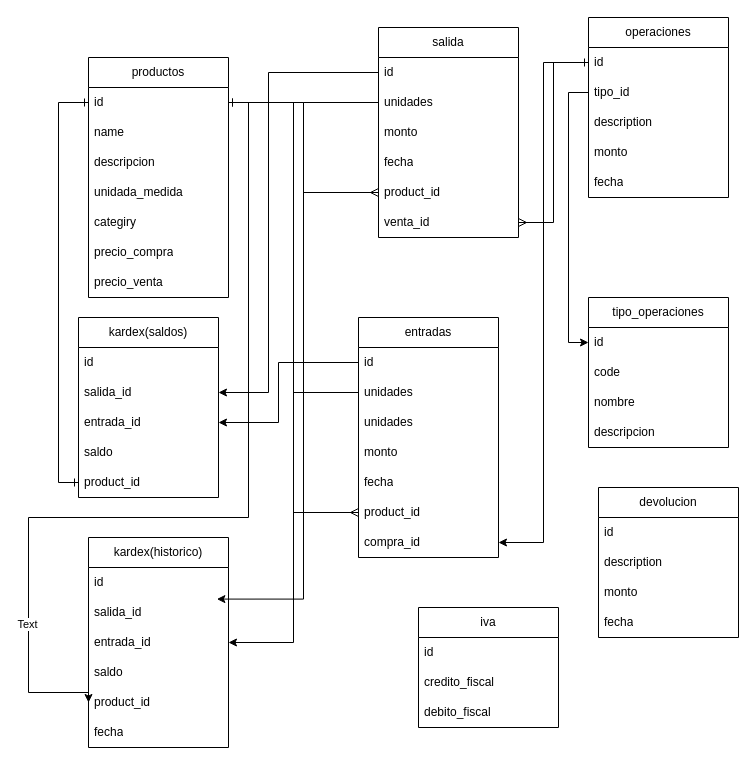
This is sistema_inventarios.drawio from MasterJhonny/diagramas, a draw.io file, before an edit. Source tidied: cells renumbered, new cells numbered last; positions are measured from the earlier drawing's top-left corner, leaving out a move shared by most shapes. Both pictures are drawn from the tidied source at 100%, with x=0, y=0 at pixel (28, 17).
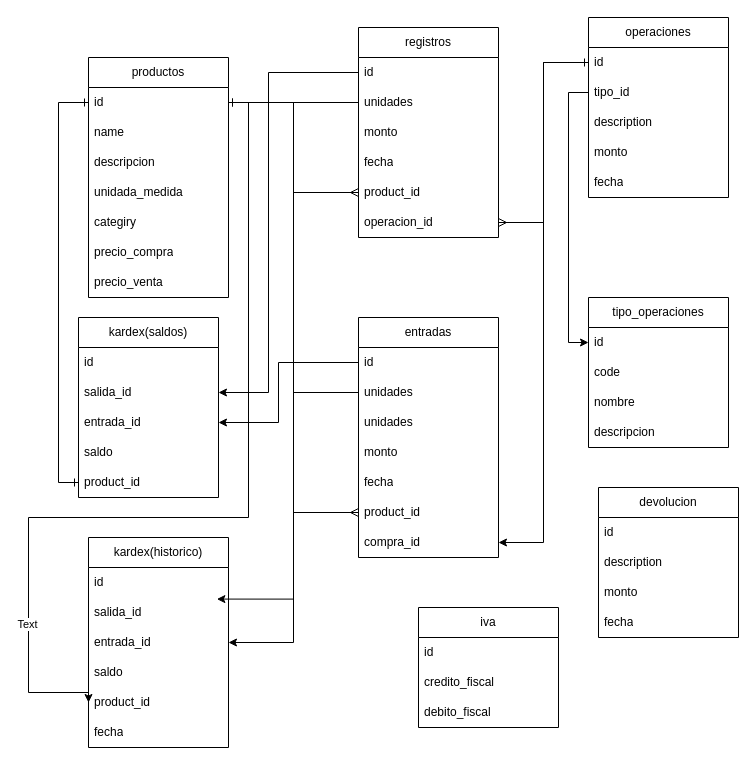
The same page after the edit.

The edit, as a diff of the source:
```diff
@@
-    <mxCell id="32" value="salida" style="swimlane;fontStyle=0;horizontal=1;startSize=30;whiteSpace=wrap;html=1;" parent="1" vertex="1">
-      <mxGeometry x="350" y="10" width="140" height="210" as="geometry" />
+    <mxCell id="32" value="registros" style="swimlane;fontStyle=0;horizontal=1;startSize=30;whiteSpace=wrap;html=1;" parent="1" vertex="1">
+      <mxGeometry x="330" y="10" width="140" height="210" as="geometry" />
     </mxCell>
@@
-    <mxCell id="38" value="venta_id" style="text;strokeColor=none;fillColor=none;align=left;verticalAlign=middle;spacingLeft=4;spacingRight=4;overflow=hidden;points=[[0,0.5],[1,0.5]];portConstraint=eastwest;whiteSpace=wrap;html=1;" parent="32" vertex="1">
+    <mxCell id="38" value="operacion_id" style="text;strokeColor=none;fillColor=none;align=left;verticalAlign=middle;spacingLeft=4;spacingRight=4;overflow=hidden;points=[[0,0.5],[1,0.5]];portConstraint=eastwest;whiteSpace=wrap;html=1;" parent="32" vertex="1">
       <mxGeometry y="180" width="140" height="30" as="geometry" />
     </mxCell>
```
